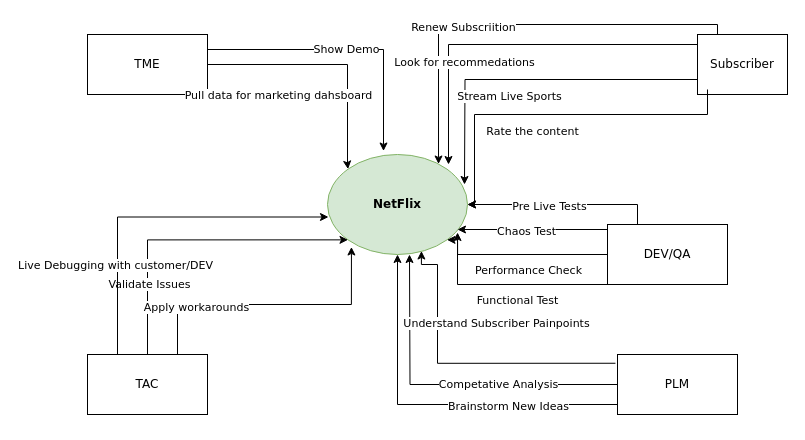
Before: page "Page-8" (8 of 8) of SA assignment.drawio in Gajanana/FirstPhase, a draw.io diagram. Source tidied: cells renumbered, new cells numbered last; positions are measured from the earlier drawing's top-left corner, leaving out a move shared by most shapes. Both pictures are drawn from the tidied source at 100%, with x=0, y=0 at pixel (87, 24).
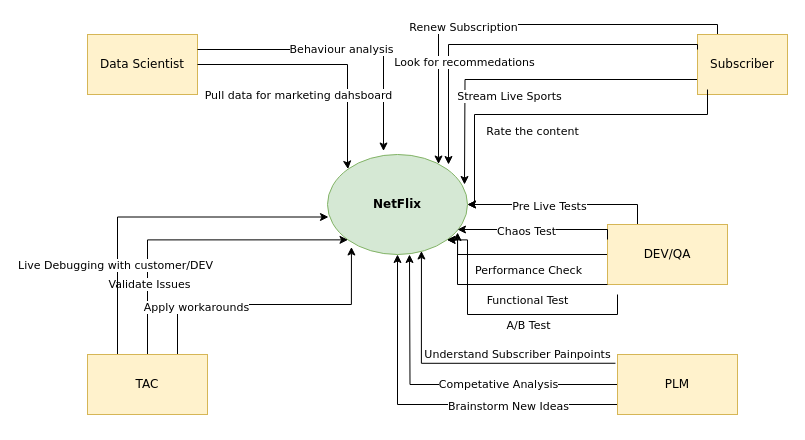
The same page after the edit.

Unchanged cells that the change refers to:
```xml
<mxCell id="3" value="&lt;b&gt;&lt;font face=&quot;Verdana&quot;&gt;NetFlix&lt;/font&gt;&lt;/b&gt;" style="ellipse;whiteSpace=wrap;html=1;fillColor=#d5e8d4;strokeColor=#82b366;" parent="1" vertex="1">
  <mxGeometry x="240" y="130" width="140" height="100" as="geometry" />
</mxCell>
<mxCell id="5" style="edgeStyle=orthogonalEdgeStyle;rounded=0;jettySize=auto;html=1;exitX=1;exitY=0.5;exitDx=0;exitDy=0;fontFamily=Verdana;entryX=0;entryY=0;entryDx=0;entryDy=0;" parent="1" edge="1" source="2" target="3">
  <mxGeometry relative="1" as="geometry">
    <Array as="points">
      <mxPoint x="260" y="40" />
      <mxPoint x="260" y="140" />
    </Array>
  </mxGeometry>
</mxCell>
<mxCell id="7" style="edgeStyle=orthogonalEdgeStyle;rounded=0;jettySize=auto;html=1;exitX=0.5;exitY=0;exitDx=0;exitDy=0;entryX=0.793;entryY=0.095;entryDx=0;entryDy=0;entryPerimeter=0;fontFamily=Verdana;" parent="1" edge="1" source="11" target="3">
  <mxGeometry relative="1" as="geometry">
    <Array as="points">
      <mxPoint x="630" />
      <mxPoint x="351" />
    </Array>
  </mxGeometry>
</mxCell>
<mxCell id="37" style="edgeStyle=orthogonalEdgeStyle;rounded=0;jettySize=auto;html=1;entryX=1;entryY=1;entryDx=0;entryDy=0;fontFamily=Verdana;exitX=0;exitY=0.5;exitDx=0;exitDy=0;" parent="1" edge="1" target="3">
  <mxGeometry relative="1" as="geometry">
    <mxPoint x="520" y="260" as="sourcePoint" />
    <Array as="points">
      <mxPoint x="370" y="260" />
      <mxPoint x="370" y="215" />
    </Array>
  </mxGeometry>
</mxCell>
```

Diff of the diagram source:
```diff
@@
-    <mxCell id="2" value="TME" style="rounded=0;whiteSpace=wrap;html=1;fontFamily=Verdana;" parent="1" vertex="1">
-      <mxGeometry y="10" width="120" height="60" as="geometry" />
+    <mxCell id="2" value="Data Scientist" style="rounded=0;whiteSpace=wrap;html=1;fontFamily=Verdana;fillColor=#fff2cc;strokeColor=#d6b656;" parent="1" vertex="1">
+      <mxGeometry y="10" width="110" height="60" as="geometry" />
     </mxCell>
@@
-    <mxCell id="4" value="Show Demo" style="edgeStyle=orthogonalEdgeStyle;rounded=0;jettySize=auto;html=1;exitX=1;exitY=0.25;exitDx=0;exitDy=0;entryX=0.4;entryY=-0.035;entryDx=0;entryDy=0;entryPerimeter=0;fontFamily=Verdana;" parent="1" edge="1" source="2" target="3">
+    <mxCell id="4" value="Behaviour analysis" style="edgeStyle=orthogonalEdgeStyle;rounded=0;jettySize=auto;html=1;exitX=1;exitY=0.25;exitDx=0;exitDy=0;entryX=0.4;entryY=-0.035;entryDx=0;entryDy=0;entryPerimeter=0;fontFamily=Verdana;" parent="1" edge="1" source="2" target="3">
       <mxGeometry relative="1" as="geometry">
         <Array as="points">
           <mxPoint x="296" y="25" />
         </Array>
       </mxGeometry>
     </mxCell>
@@
     <mxCell id="6" value="Pull data for marketing dahsboard" style="edgeLabel;html=1;align=center;verticalAlign=middle;fontFamily=Verdana;" parent="5" vertex="1">
       <mxGeometry x="-0.45" y="1" relative="1" as="geometry">
-        <mxPoint x="3" y="31" as="offset" />
+        <mxPoint x="30" y="31" as="offset" />
       </mxGeometry>
     </mxCell>
@@
-    <mxCell id="8" value="Renew Subscriition" style="edgeLabel;html=1;align=center;verticalAlign=middle;fontFamily=Verdana;" parent="7" vertex="1">
+    <mxCell id="8" value="Renew Subscription" style="edgeLabel;html=1;align=center;verticalAlign=middle;fontFamily=Verdana;" parent="7" vertex="1">
       <mxGeometry x="0.28" y="2" relative="1" as="geometry" />
     </mxCell>
@@
-    <mxCell id="11" value="Subscriber" style="rounded=0;whiteSpace=wrap;html=1;fontFamily=Verdana;" parent="1" vertex="1">
+    <mxCell id="11" value="Subscriber" style="rounded=0;whiteSpace=wrap;html=1;fontFamily=Verdana;fillColor=#fff2cc;strokeColor=#d6b656;" parent="1" vertex="1">
       <mxGeometry x="610" y="10" width="90" height="60" as="geometry" />
     </mxCell>
@@
-    <mxCell id="18" value="TAC" style="rounded=0;whiteSpace=wrap;html=1;fontFamily=Verdana;" parent="1" vertex="1">
+    <mxCell id="18" value="TAC" style="rounded=0;whiteSpace=wrap;html=1;fontFamily=Verdana;fillColor=#fff2cc;strokeColor=#d6b656;" parent="1" vertex="1">
       <mxGeometry y="330" width="120" height="60" as="geometry" />
     </mxCell>
@@
     <mxCell id="21" style="edgeStyle=orthogonalEdgeStyle;rounded=0;jettySize=auto;html=1;exitX=-0.017;exitY=0.146;exitDx=0;exitDy=0;entryX=0.671;entryY=0.965;entryDx=0;entryDy=0;entryPerimeter=0;fontFamily=Verdana;exitPerimeter=0;" parent="1" edge="1" source="25" target="3">
       <mxGeometry relative="1" as="geometry">
         <Array as="points">
-          <mxPoint x="350" y="339" />
-          <mxPoint x="350" y="240" />
-          <mxPoint x="334" y="240" />
+          <mxPoint x="334" y="339" />
         </Array>
       </mxGeometry>
     </mxCell>
     <mxCell id="22" value="Understand Subscriber Painpoints" style="edgeLabel;html=1;align=center;verticalAlign=middle;fontFamily=Verdana;" parent="21" vertex="1">
       <mxGeometry x="-0.21" y="-3" relative="1" as="geometry">
-        <mxPoint x="2" y="-37" as="offset" />
+        <mxPoint x="23" y="-6" as="offset" />
       </mxGeometry>
     </mxCell>
@@
-    <mxCell id="25" value="PLM" style="rounded=0;whiteSpace=wrap;html=1;fontFamily=Verdana;" parent="1" vertex="1">
+    <mxCell id="25" value="PLM" style="rounded=0;whiteSpace=wrap;html=1;fontFamily=Verdana;fillColor=#fff2cc;strokeColor=#d6b656;" parent="1" vertex="1">
       <mxGeometry x="530" y="330" width="120" height="60" as="geometry" />
     </mxCell>
@@
-    <mxCell id="30" value="DEV/QA" style="rounded=0;whiteSpace=wrap;html=1;fontFamily=Verdana;" parent="1" vertex="1">
+    <mxCell id="30" value="DEV/QA" style="rounded=0;whiteSpace=wrap;html=1;fontFamily=Verdana;fillColor=#fff2cc;strokeColor=#d6b656;" parent="1" vertex="1">
       <mxGeometry x="520" y="200" width="120" height="60" as="geometry" />
     </mxCell>
@@
     <mxCell id="38" value="Functional Test" style="edgeLabel;html=1;align=center;verticalAlign=middle;fontFamily=Verdana;" parent="37" vertex="1">
       <mxGeometry x="-0.36" y="-1" relative="1" as="geometry">
-        <mxPoint x="-25" y="16" as="offset" />
+        <mxPoint x="-15" y="16" as="offset" />
       </mxGeometry>
     </mxCell>
+    <mxCell id="39" style="edgeStyle=orthogonalEdgeStyle;rounded=0;jettySize=auto;html=1;fontFamily=Verdana;exitX=0;exitY=0.5;exitDx=0;exitDy=0;entryX=1;entryY=1;entryDx=0;entryDy=0;" parent="1" edge="1" target="3">
+      <mxGeometry relative="1" as="geometry">
+        <mxPoint x="530" y="270" as="sourcePoint" />
+        <Array as="points">
+          <mxPoint x="530" y="290" />
+          <mxPoint x="380" y="290" />
+          <mxPoint x="380" y="215" />
+        </Array>
+      </mxGeometry>
+    </mxCell>
+    <mxCell id="40" value="A/B Test" style="edgeLabel;html=1;align=center;verticalAlign=middle;fontFamily=Verdana;" parent="39" vertex="1">
+      <mxGeometry x="-0.36" y="-1" relative="1" as="geometry">
+        <mxPoint x="-25" y="11" as="offset" />
+      </mxGeometry>
+    </mxCell>
```
